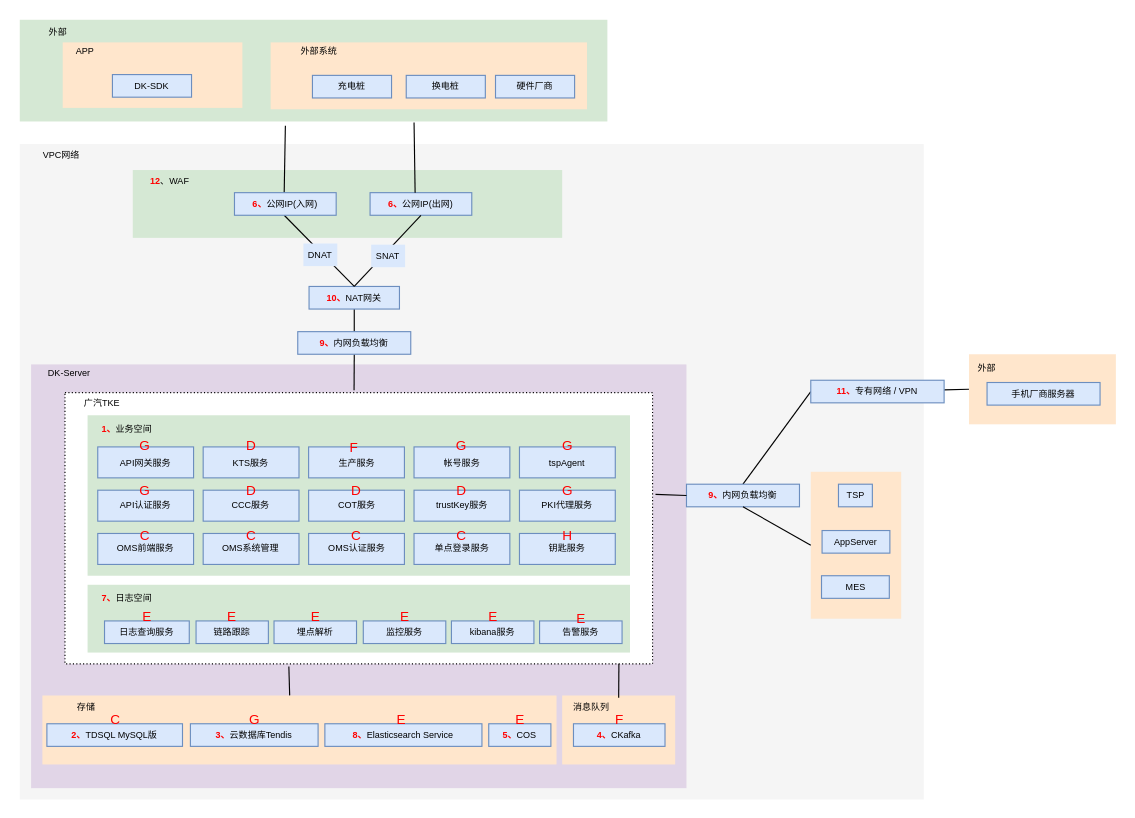
Earlier version of the draw.io diagram 未命名绘图.drawio (jianguocong/chart). Source tidied: cells renumbered, new cells numbered last; positions are measured from the earlier drawing's top-left corner, leaving out a move shared by most shapes. Both pictures are drawn from the tidied source at 113%, with x=0, y=0 at pixel (19, 19).
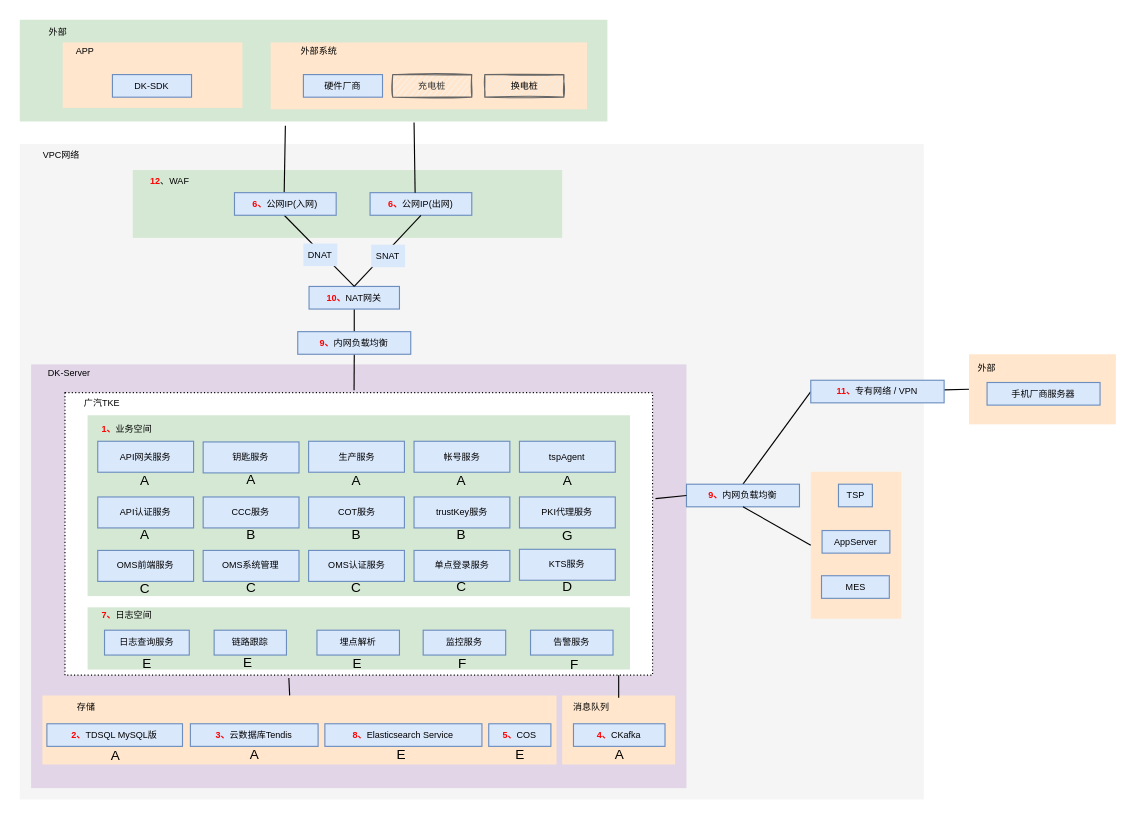
The same diagram, later.

Commit message:
更新未命名绘图.drawio

Unchanged cells that the change refers to:
```xml
<mxCell id="30" style="group;" parent="1" vertex="1">
  <mxGeometry x="69" y="378" width="487" height="177" as="geometry" />
</mxCell>
```

The edit, as a diff of the source:
```diff
@@
     <mxCell id="6" style="rounded=0;whiteSpace=wrap;html=1;dashed=1;dashPattern=1 2;fontSize=8;" parent="1" vertex="1">
-      <mxGeometry x="40" y="330" width="520" height="240" as="geometry" />
+      <mxGeometry x="40" y="330" width="520" height="250" as="geometry" />
     </mxCell>
@@
     <mxCell id="11" style="rounded=0;whiteSpace=wrap;html=1;fillColor=#d5e8d4;strokeColor=none;fontSize=8;" parent="1" vertex="1">
-      <mxGeometry x="60" y="350" width="480" height="142" as="geometry" />
+      <mxGeometry x="60" y="350" width="480" height="160" as="geometry" />
     </mxCell>
@@
     <mxCell id="31" value="API网关服务" style="rounded=0;whiteSpace=wrap;html=1;fillColor=#dae8fc;strokeColor=#6c8ebf;fontSize=8;verticalAlign=middle;flipH=1;" parent="30" vertex="1">
-      <mxGeometry width="84.8" height="27.4" as="geometry" />
+      <mxGeometry y="-5" width="84.8" height="27.4" as="geometry" />
     </mxCell>
     <mxCell id="32" value="API认证服务" style="rounded=0;whiteSpace=wrap;html=1;fillColor=#dae8fc;strokeColor=#6c8ebf;fontSize=8;verticalAlign=middle;flipH=1;" parent="30" vertex="1">
-      <mxGeometry y="38.3" width="84.8" height="27.4" as="geometry" />
+      <mxGeometry y="44.3" width="84.8" height="27.4" as="geometry" />
     </mxCell>
-    <mxCell id="33" value="KTS服务" style="rounded=0;whiteSpace=wrap;html=1;fillColor=#dae8fc;strokeColor=#6c8ebf;fontSize=8;verticalAlign=middle;" parent="30" vertex="1">
-      <mxGeometry x="93.3" width="84.8" height="27.4" as="geometry" />
-    </mxCell>
     <mxCell id="34" value="生产服务" style="rounded=0;whiteSpace=wrap;html=1;fillColor=#dae8fc;strokeColor=#6c8ebf;fontSize=8;verticalAlign=middle;" parent="30" vertex="1">
-      <mxGeometry x="186.6" width="84.8" height="27.4" as="geometry" />
+      <mxGeometry x="186.6" y="-5" width="84.8" height="27.4" as="geometry" />
     </mxCell>
     <mxCell id="35" value="帐号服务" style="rounded=0;whiteSpace=wrap;html=1;fillColor=#dae8fc;strokeColor=#6c8ebf;fontSize=8;verticalAlign=middle;" parent="30" vertex="1">
-      <mxGeometry x="279.9" width="84.8" height="27.4" as="geometry" />
+      <mxGeometry x="279.9" y="-5" width="84.8" height="27.4" as="geometry" />
     </mxCell>
     <mxCell id="36" value="tspAgent" style="rounded=0;whiteSpace=wrap;html=1;fillColor=#dae8fc;strokeColor=#6c8ebf;fontSize=8;verticalAlign=middle;" parent="30" vertex="1">
-      <mxGeometry x="373.2" width="84.8" height="27.4" as="geometry" />
+      <mxGeometry x="373.2" y="-5" width="84.8" height="27.4" as="geometry" />
     </mxCell>
     <mxCell id="37" value="OMS认证服务" style="rounded=0;whiteSpace=wrap;html=1;fillColor=#dae8fc;strokeColor=#6c8ebf;fontSize=8;verticalAlign=middle;" parent="30" vertex="1">
-      <mxGeometry x="186.6" y="76.6" width="84.8" height="27.4" as="geometry" />
+      <mxGeometry x="186.6" y="91.6" width="84.8" height="27.4" as="geometry" />
     </mxCell>
     <mxCell id="38" value="CCC服务" style="rounded=0;whiteSpace=wrap;html=1;fillColor=#dae8fc;strokeColor=#6c8ebf;fontSize=8;verticalAlign=middle;flipH=1;" parent="30" vertex="1">
-      <mxGeometry x="93.3" y="38.3" width="84.8" height="27.4" as="geometry" />
+      <mxGeometry x="93.3" y="44.3" width="84.8" height="27.4" as="geometry" />
     </mxCell>
     <mxCell id="39" value="COT服务" style="rounded=0;whiteSpace=wrap;html=1;fillColor=#dae8fc;strokeColor=#6c8ebf;fontSize=8;verticalAlign=middle;flipH=1;" parent="30" vertex="1">
-      <mxGeometry x="186.6" y="38.3" width="84.8" height="27.4" as="geometry" />
+      <mxGeometry x="186.6" y="44.3" width="84.8" height="27.4" as="geometry" />
     </mxCell>
     <mxCell id="40" value="钥匙服务" style="rounded=0;whiteSpace=wrap;html=1;fillColor=#dae8fc;strokeColor=#6c8ebf;fontSize=8;verticalAlign=middle;flipH=1;" parent="30" vertex="1">
-      <mxGeometry x="373.2" y="76.6" width="84.8" height="27.4" as="geometry" />
+      <mxGeometry x="93.3" y="-4.4" width="84.8" height="27.4" as="geometry" />
     </mxCell>
     <mxCell id="41" value="OMS前端服务" style="rounded=0;whiteSpace=wrap;html=1;fillColor=#dae8fc;strokeColor=#6c8ebf;fontSize=8;verticalAlign=middle;" parent="30" vertex="1">
-      <mxGeometry y="76.6" width="84.8" height="27.4" as="geometry" />
+      <mxGeometry y="91.6" width="84.8" height="27.4" as="geometry" />
     </mxCell>
     <mxCell id="42" value="单点登录服务" style="rounded=0;whiteSpace=wrap;html=1;fillColor=#dae8fc;strokeColor=#6c8ebf;fontSize=8;verticalAlign=middle;" parent="30" vertex="1">
-      <mxGeometry x="279.9" y="76.6" width="84.8" height="27.4" as="geometry" />
+      <mxGeometry x="279.9" y="91.6" width="84.8" height="27.4" as="geometry" />
     </mxCell>
     <mxCell id="43" value="OMS系统管理" style="rounded=0;whiteSpace=wrap;html=1;fillColor=#dae8fc;strokeColor=#6c8ebf;fontSize=8;verticalAlign=middle;" parent="30" vertex="1">
-      <mxGeometry x="93.3" y="76.6" width="84.8" height="27.4" as="geometry" />
+      <mxGeometry x="93.3" y="91.6" width="84.8" height="27.4" as="geometry" />
     </mxCell>
     <mxCell id="44" value="PKI代理服务" style="rounded=0;whiteSpace=wrap;html=1;fillColor=#dae8fc;strokeColor=#6c8ebf;fontSize=8;verticalAlign=middle;" parent="30" vertex="1">
-      <mxGeometry x="373.2" y="38.3" width="84.8" height="27.4" as="geometry" />
+      <mxGeometry x="373.2" y="44.3" width="84.8" height="27.4" as="geometry" />
     </mxCell>
     <mxCell id="45" value="trustKey服务" style="rounded=0;whiteSpace=wrap;html=1;fillColor=#dae8fc;strokeColor=#6c8ebf;fontSize=8;verticalAlign=middle;flipH=1;" parent="30" vertex="1">
-      <mxGeometry x="279.9" y="38.3" width="84.8" height="27.4" as="geometry" />
+      <mxGeometry x="279.9" y="44.3" width="84.8" height="27.4" as="geometry" />
     </mxCell>
-    <mxCell id="46" value="C" style="rounded=0;whiteSpace=wrap;html=1;fontColor=#FF0000;fillColor=none;strokeColor=none;" parent="30" vertex="1">
-      <mxGeometry x="34.4" y="72" width="16" height="14" as="geometry" />
+    <mxCell id="46" value="C" style="rounded=0;whiteSpace=wrap;html=1;fontColor=#000000;fillColor=none;strokeColor=none;" parent="30" vertex="1">
+      <mxGeometry x="34.4" y="119" width="16" height="14" as="geometry" />
     </mxCell>
-    <mxCell id="47" value="C" style="rounded=0;whiteSpace=wrap;html=1;fontColor=#FF0000;fillColor=none;strokeColor=none;" parent="30" vertex="1">
-      <mxGeometry x="127.7" y="72" width="16" height="14" as="geometry" />
+    <mxCell id="47" value="C" style="rounded=0;whiteSpace=wrap;html=1;fontColor=#000000;fillColor=none;strokeColor=none;" parent="30" vertex="1">
+      <mxGeometry x="127.7" y="118" width="16" height="14" as="geometry" />
     </mxCell>
-    <mxCell id="48" value="C" style="rounded=0;whiteSpace=wrap;html=1;fontColor=#FF0000;fillColor=none;strokeColor=none;" parent="30" vertex="1">
-      <mxGeometry x="221" y="72" width="16" height="14" as="geometry" />
+    <mxCell id="48" value="C" style="rounded=0;whiteSpace=wrap;html=1;fontColor=#000000;fillColor=none;strokeColor=none;" parent="30" vertex="1">
+      <mxGeometry x="221" y="118" width="16" height="14" as="geometry" />
     </mxCell>
-    <mxCell id="49" value="C" style="rounded=0;whiteSpace=wrap;html=1;fontColor=#FF0000;fillColor=none;strokeColor=none;" parent="30" vertex="1">
-      <mxGeometry x="314.3" y="72" width="16" height="14" as="geometry" />
+    <mxCell id="49" value="C" style="rounded=0;whiteSpace=wrap;html=1;fontColor=#000000;fillColor=none;strokeColor=none;" parent="30" vertex="1">
+      <mxGeometry x="314.3" y="117" width="16" height="14" as="geometry" />
     </mxCell>
-    <mxCell id="50" value="D" style="rounded=0;whiteSpace=wrap;html=1;fontColor=#FF0000;fillColor=none;strokeColor=none;" parent="30" vertex="1">
-      <mxGeometry x="127.7" y="-8" width="16" height="14" as="geometry" />
+    <mxCell id="50" value="D" style="rounded=0;whiteSpace=wrap;html=1;fontColor=#000000;fillColor=none;strokeColor=none;" parent="30" vertex="1">
+      <mxGeometry x="407.6" y="117" width="16" height="14" as="geometry" />
     </mxCell>
-    <mxCell id="51" value="G" style="rounded=0;whiteSpace=wrap;html=1;fontColor=#FF0000;fillColor=none;strokeColor=none;" parent="30" vertex="1">
-      <mxGeometry x="34.4" y="-8" width="16" height="14" as="geometry" />
+    <mxCell id="51" value="A" style="rounded=0;whiteSpace=wrap;html=1;fontColor=#000000;fillColor=none;strokeColor=none;" parent="30" vertex="1">
+      <mxGeometry x="34.4" y="23.3" width="16" height="14" as="geometry" />
     </mxCell>
-    <mxCell id="52" value="G" style="rounded=0;whiteSpace=wrap;html=1;fontColor=#FF0000;fillColor=none;strokeColor=none;" parent="30" vertex="1">
-      <mxGeometry x="34.4" y="32.3" width="16" height="14" as="geometry" />
+    <mxCell id="52" value="A" style="rounded=0;whiteSpace=wrap;html=1;fontColor=#000000;fillColor=none;strokeColor=none;" parent="30" vertex="1">
+      <mxGeometry x="34.4" y="71" width="16" height="14" as="geometry" />
     </mxCell>
-    <mxCell id="53" value="D" style="rounded=0;whiteSpace=wrap;html=1;fontColor=#FF0000;fillColor=none;strokeColor=none;" parent="30" vertex="1">
-      <mxGeometry x="127.7" y="32.3" width="16" height="14" as="geometry" />
+    <mxCell id="53" value="B" style="rounded=0;whiteSpace=wrap;html=1;fontColor=#000000;fillColor=none;strokeColor=none;" parent="30" vertex="1">
+      <mxGeometry x="127.7" y="71" width="16" height="14" as="geometry" />
     </mxCell>
-    <mxCell id="54" value="D" style="rounded=0;whiteSpace=wrap;html=1;fontColor=#FF0000;fillColor=none;strokeColor=none;" parent="30" vertex="1">
-      <mxGeometry x="221" y="32.3" width="16" height="14" as="geometry" />
+    <mxCell id="54" value="B" style="rounded=0;whiteSpace=wrap;html=1;fontColor=#000000;fillColor=none;strokeColor=none;" parent="30" vertex="1">
+      <mxGeometry x="221" y="71.3" width="16" height="14" as="geometry" />
     </mxCell>
-    <mxCell id="55" value="D" style="rounded=0;whiteSpace=wrap;html=1;fontColor=#FF0000;fillColor=none;strokeColor=none;" parent="30" vertex="1">
-      <mxGeometry x="314.3" y="32.3" width="16" height="14" as="geometry" />
+    <mxCell id="55" value="B" style="rounded=0;whiteSpace=wrap;html=1;fontColor=#000000;fillColor=none;strokeColor=none;" parent="30" vertex="1">
+      <mxGeometry x="314.3" y="71.3" width="16" height="14" as="geometry" />
     </mxCell>
-    <mxCell id="56" value="G" style="rounded=0;whiteSpace=wrap;html=1;fontColor=#FF0000;fillColor=none;strokeColor=none;" parent="30" vertex="1">
-      <mxGeometry x="407.6" y="-8" width="16" height="14" as="geometry" />
+    <mxCell id="56" value="A" style="rounded=0;whiteSpace=wrap;html=1;fontColor=#000000;fillColor=none;strokeColor=none;" parent="30" vertex="1">
+      <mxGeometry x="407.6" y="23" width="16" height="14" as="geometry" />
     </mxCell>
-    <mxCell id="57" value="G" style="rounded=0;whiteSpace=wrap;html=1;fontColor=#FF0000;fillColor=none;strokeColor=none;" parent="30" vertex="1">
-      <mxGeometry x="407.6" y="32.3" width="16" height="14" as="geometry" />
+    <mxCell id="57" value="G" style="rounded=0;whiteSpace=wrap;html=1;fontColor=#000000;fillColor=none;strokeColor=none;" parent="30" vertex="1">
+      <mxGeometry x="407.6" y="72.3" width="16" height="14" as="geometry" />
     </mxCell>
-    <mxCell id="58" value="H" style="rounded=0;whiteSpace=wrap;html=1;fontColor=#FF0000;fillColor=none;strokeColor=none;" parent="30" vertex="1">
-      <mxGeometry x="407.6" y="72" width="16" height="14" as="geometry" />
+    <mxCell id="58" value="A" style="rounded=0;whiteSpace=wrap;html=1;fontColor=#000000;fillColor=none;strokeColor=none;" parent="30" vertex="1">
+      <mxGeometry x="127.7" y="22.4" width="16" height="14" as="geometry" />
     </mxCell>
-    <mxCell id="59" value="G" style="rounded=0;whiteSpace=wrap;html=1;fontColor=#FF0000;fillColor=none;strokeColor=none;" parent="30" vertex="1">
-      <mxGeometry x="314.3" y="-8" width="16" height="14" as="geometry" />
+    <mxCell id="59" value="A" style="rounded=0;whiteSpace=wrap;html=1;fontColor=#000000;fillColor=none;strokeColor=none;" parent="30" vertex="1">
+      <mxGeometry x="314.3" y="23" width="16" height="14" as="geometry" />
     </mxCell>
+    <mxCell id="103" value="A" style="rounded=0;whiteSpace=wrap;html=1;fontColor=#000000;fillColor=none;strokeColor=none;" parent="30" vertex="1">
+      <mxGeometry x="221" y="23.3" width="16" height="14" as="geometry" />
+    </mxCell>
+    <mxCell id="33" value="KTS服务" style="rounded=0;whiteSpace=wrap;html=1;fillColor=#dae8fc;strokeColor=#6c8ebf;fontSize=8;verticalAlign=middle;" parent="30" vertex="1">
+      <mxGeometry x="373.2" y="90.6" width="84.8" height="27.4" as="geometry" />
+    </mxCell>
@@
     <mxCell id="62" style="group;" parent="1" vertex="1">
-      <mxGeometry x="60" y="500" width="480" height="60" as="geometry" />
+      <mxGeometry x="60" y="510" width="480" height="71.5" as="geometry" />
     </mxCell>
     <mxCell id="63" style="rounded=0;whiteSpace=wrap;html=1;fillColor=#d5e8d4;strokeColor=none;fontSize=8;" parent="62" vertex="1">
-      <mxGeometry width="480" height="60" as="geometry" />
+      <mxGeometry y="10" width="480" height="55" as="geometry" />
     </mxCell>
     <mxCell id="64" value="日志查询服务" style="rounded=0;whiteSpace=wrap;html=1;fillColor=#dae8fc;strokeColor=#6c8ebf;fontSize=8;flipH=0;flipV=1;" parent="62" vertex="1">
-      <mxGeometry x="15" y="32" width="75" height="20" as="geometry" />
+      <mxGeometry x="15" y="30.2" width="75" height="22" as="geometry" />
     </mxCell>
     <mxCell id="65" value="&lt;b&gt;&lt;font color=&quot;#ff0000&quot;&gt;7、&lt;/font&gt;&lt;/b&gt;日志空间" style="rounded=0;whiteSpace=wrap;html=1;strokeColor=none;fillColor=none;fontSize=8;" parent="62" vertex="1">
-      <mxGeometry y="2" width="70" height="20" as="geometry" />
+      <mxGeometry y="6.2" width="70" height="22" as="geometry" />
     </mxCell>
     <mxCell id="66" value="链路跟踪" style="rounded=0;whiteSpace=wrap;html=1;fillColor=#dae8fc;strokeColor=#6c8ebf;fontSize=8;flipH=0;flipV=1;" parent="62" vertex="1">
-      <mxGeometry x="96" y="32" width="64" height="20" as="geometry" />
+      <mxGeometry x="112" y="30.2" width="64" height="22" as="geometry" />
     </mxCell>
     <mxCell id="67" value="告警服务" style="rounded=0;whiteSpace=wrap;html=1;fillColor=#dae8fc;strokeColor=#6c8ebf;fontSize=8;flipH=0;flipV=1;" parent="62" vertex="1">
-      <mxGeometry x="400" y="32" width="73" height="20" as="geometry" />
+      <mxGeometry x="392" y="30.2" width="73" height="22" as="geometry" />
     </mxCell>
-    <mxCell id="68" value="kibana服务" style="rounded=0;whiteSpace=wrap;html=1;fillColor=#dae8fc;strokeColor=#6c8ebf;fontSize=8;flipH=0;flipV=1;" parent="62" vertex="1">
-      <mxGeometry x="322" y="32" width="73" height="20" as="geometry" />
-    </mxCell>
     <mxCell id="69" value="埋点解析" style="rounded=0;whiteSpace=wrap;html=1;fillColor=#dae8fc;strokeColor=#6c8ebf;fontSize=8;flipH=0;flipV=1;" parent="62" vertex="1">
-      <mxGeometry x="165" y="32" width="73" height="20" as="geometry" />
+      <mxGeometry x="203" y="30.2" width="73" height="22" as="geometry" />
     </mxCell>
-    <mxCell id="70" value="监控服务" style="rounded=0;whiteSpace=wrap;html=1;fillColor=#dae8fc;strokeColor=#6c8ebf;fontSize=8;flipH=0;flipV=1;" parent="62" vertex="1">
-      <mxGeometry x="244" y="32" width="73" height="20" as="geometry" />
-    </mxCell>
-    <mxCell id="71" value="E" style="rounded=0;whiteSpace=wrap;html=1;fontColor=#FF0000;fillColor=none;strokeColor=none;" parent="62" vertex="1">
-      <mxGeometry x="44.5" y="22" width="16" height="14" as="geometry" />
+    <mxCell id="71" value="E" style="rounded=0;whiteSpace=wrap;html=1;fontColor=#000000;fillColor=none;strokeColor=none;" parent="62" vertex="1">
+      <mxGeometry x="44.5" y="52.1" width="16" height="15.4" as="geometry" />
     </mxCell>
-    <mxCell id="72" value="E" style="rounded=0;whiteSpace=wrap;html=1;fontColor=#FF0000;fillColor=none;strokeColor=none;" parent="62" vertex="1">
-      <mxGeometry x="120" y="22" width="16" height="14" as="geometry" />
+    <mxCell id="72" value="E" style="rounded=0;whiteSpace=wrap;html=1;fontColor=#000000;fillColor=none;strokeColor=none;" parent="62" vertex="1">
+      <mxGeometry x="134" y="51.1" width="16" height="15.4" as="geometry" />
     </mxCell>
-    <mxCell id="73" value="E" style="rounded=0;whiteSpace=wrap;html=1;fontColor=#FF0000;fillColor=none;strokeColor=none;" parent="62" vertex="1">
-      <mxGeometry x="193.5" y="22" width="16" height="14" as="geometry" />
+    <mxCell id="73" value="E" style="rounded=0;whiteSpace=wrap;html=1;fontColor=#000000;fillColor=none;strokeColor=none;" parent="62" vertex="1">
+      <mxGeometry x="230.5" y="52.1" width="16" height="15.4" as="geometry" />
     </mxCell>
+    <mxCell id="76" value="F" style="rounded=0;whiteSpace=wrap;html=1;fontColor=#000000;fillColor=none;strokeColor=none;" parent="62" vertex="1">
+      <mxGeometry x="422.5" y="53.1" width="16" height="15.4" as="geometry" />
+    </mxCell>
-    <mxCell id="74" value="E" style="rounded=0;whiteSpace=wrap;html=1;fontColor=#FF0000;fillColor=none;strokeColor=none;" parent="62" vertex="1">
-      <mxGeometry x="272.5" y="22" width="16" height="14" as="geometry" />
+    <mxCell id="74" value="F" style="rounded=0;whiteSpace=wrap;html=1;fontColor=#000000;fillColor=none;strokeColor=none;" parent="62" vertex="1">
+      <mxGeometry x="324" y="53.1" width="16" height="14" as="geometry" />
     </mxCell>
-    <mxCell id="75" value="E" style="rounded=0;whiteSpace=wrap;html=1;fontColor=#FF0000;fillColor=none;strokeColor=none;" parent="62" vertex="1">
-      <mxGeometry x="350.5" y="22" width="16" height="14" as="geometry" />
-    </mxCell>
-    <mxCell id="76" value="E" style="rounded=0;whiteSpace=wrap;html=1;fontColor=#FF0000;fillColor=none;strokeColor=none;" parent="62" vertex="1">
-      <mxGeometry x="428.5" y="23" width="16" height="14" as="geometry" />
-    </mxCell>
+    <mxCell id="70" value="监控服务" style="rounded=0;whiteSpace=wrap;html=1;fillColor=#dae8fc;strokeColor=#6c8ebf;fontSize=8;flipH=0;flipV=1;" parent="62" vertex="1">
+      <mxGeometry x="297" y="30.2" width="73" height="22" as="geometry" />
+    </mxCell>
@@
-    <mxCell id="81" style="endArrow=none;html=1;rounded=0;fontSize=8;exitX=0.394;exitY=1;exitDx=0;exitDy=0;exitPerimeter=0;" parent="1" edge="1">
+    <mxCell id="81" style="endArrow=none;html=1;rounded=0;fontSize=8;" parent="1" edge="1">
       <mxGeometry relative="1" as="geometry">
-        <mxPoint x="530.2" y="570" as="sourcePoint" />
+        <mxPoint x="530" y="580" as="sourcePoint" />
         <mxPoint x="530" y="600" as="targetPoint" />
       </mxGeometry>
     </mxCell>
@@
-    <mxCell id="91" value="充电桩" style="rounded=0;whiteSpace=wrap;html=1;fillColor=#dae8fc;strokeColor=#6c8ebf;fontSize=8;" parent="1" vertex="1">
-      <mxGeometry x="259" y="49.2" width="70" height="20" as="geometry" />
+    <mxCell id="91" value="充电桩" style="rounded=0;whiteSpace=wrap;html=1;fillColor=#f5f5f5;strokeColor=#666666;fontSize=8;fontColor=#333333;shadow=0;sketch=1;" parent="1" vertex="1">
+      <mxGeometry x="330" y="48.5" width="70" height="20" as="geometry" />
     </mxCell>
-    <mxCell id="92" value="换电桩" style="rounded=0;whiteSpace=wrap;html=1;fillColor=#dae8fc;strokeColor=#6c8ebf;fontSize=8;" parent="1" vertex="1">
-      <mxGeometry x="342" y="49.2" width="70" height="20" as="geometry" />
+    <mxCell id="92" value="换电桩" style="rounded=0;whiteSpace=wrap;html=1;fillColor=#eeeeee;strokeColor=#666666;fontSize=8;sketch=1;" parent="1" vertex="1">
+      <mxGeometry x="411.5" y="48.5" width="70" height="20" as="geometry" />
     </mxCell>
@@
     <mxCell id="100" value="硬件厂商" style="rounded=0;whiteSpace=wrap;html=1;fillColor=#dae8fc;strokeColor=#6c8ebf;fontSize=8;" parent="1" vertex="1">
-      <mxGeometry x="421" y="49.2" width="70" height="20" as="geometry" />
+      <mxGeometry x="251" y="48.5" width="70" height="20" as="geometry" />
     </mxCell>
@@
-    <mxCell id="103" value="F" style="rounded=0;whiteSpace=wrap;html=1;fontColor=#FF0000;fillColor=none;strokeColor=none;" parent="1" vertex="1">
-      <mxGeometry x="288" y="372" width="16" height="14" as="geometry" />
-    </mxCell>
-    <mxCell id="104" value="E" style="rounded=0;whiteSpace=wrap;html=1;fontColor=#FF0000;fillColor=none;strokeColor=none;" parent="1" vertex="1">
-      <mxGeometry x="330" y="613" width="16" height="14" as="geometry" />
+    <mxCell id="104" value="E" style="rounded=0;whiteSpace=wrap;html=1;fontColor=#000000;fillColor=none;strokeColor=none;" parent="1" vertex="1">
+      <mxGeometry x="330" y="644" width="16" height="14" as="geometry" />
     </mxCell>
-    <mxCell id="105" value="E" style="rounded=0;whiteSpace=wrap;html=1;fontColor=#FF0000;fillColor=none;strokeColor=none;" parent="1" vertex="1">
-      <mxGeometry x="434.5" y="613" width="16" height="14" as="geometry" />
+    <mxCell id="105" value="E" style="rounded=0;whiteSpace=wrap;html=1;fontColor=#000000;fillColor=none;strokeColor=none;" parent="1" vertex="1">
+      <mxGeometry x="434.5" y="644" width="16" height="14" as="geometry" />
     </mxCell>
-    <mxCell id="106" value="G" style="rounded=0;whiteSpace=wrap;html=1;fontColor=#FF0000;fillColor=none;strokeColor=none;" parent="1" vertex="1">
-      <mxGeometry x="199.5" y="613" width="16" height="14" as="geometry" />
+    <mxCell id="106" value="A" style="rounded=0;whiteSpace=wrap;html=1;fontColor=#000000;fillColor=none;strokeColor=none;" parent="1" vertex="1">
+      <mxGeometry x="199.5" y="644" width="16" height="14" as="geometry" />
     </mxCell>
-    <mxCell id="107" value="C" style="rounded=0;whiteSpace=wrap;html=1;fontColor=#FF0000;fillColor=none;strokeColor=none;" parent="1" vertex="1">
-      <mxGeometry x="77" y="613" width="16" height="14" as="geometry" />
+    <mxCell id="107" value="A" style="rounded=0;whiteSpace=wrap;html=1;fontColor=#000000;fillColor=none;strokeColor=none;" parent="1" vertex="1">
+      <mxGeometry x="77" y="645" width="16" height="14" as="geometry" />
     </mxCell>
-    <mxCell id="108" value="F" style="rounded=0;whiteSpace=wrap;html=1;fontColor=#FF0000;fillColor=none;strokeColor=none;" parent="1" vertex="1">
-      <mxGeometry x="522.5" y="613" width="16" height="14" as="geometry" />
+    <mxCell id="108" value="A" style="rounded=0;whiteSpace=wrap;html=1;fontColor=#000000;fillColor=none;strokeColor=none;" parent="1" vertex="1">
+      <mxGeometry x="522.5" y="644" width="16" height="14" as="geometry" />
     </mxCell>
```
